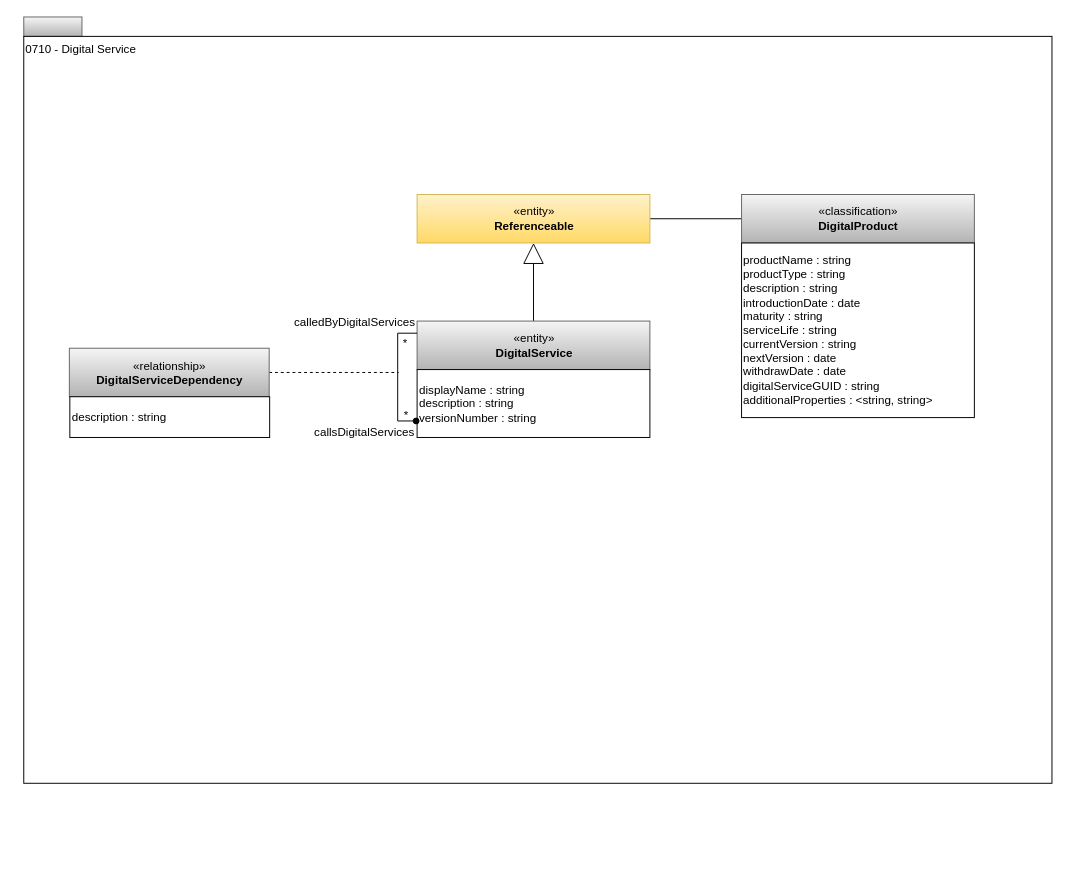
This is page "0710-Digital-Service" (2 of 14) of site/docs/types/7/area-7-lineage.drawio from odpi/egeria-docs, a draw.io file, before an edit. Source tidied: cells renumbered, new cells numbered last; positions are measured from the earlier drawing's top-left corner, leaving out a move shared by most shapes. Both pictures are drawn from the tidied source at 97%, with x=0, y=0 at pixel (23, 16).
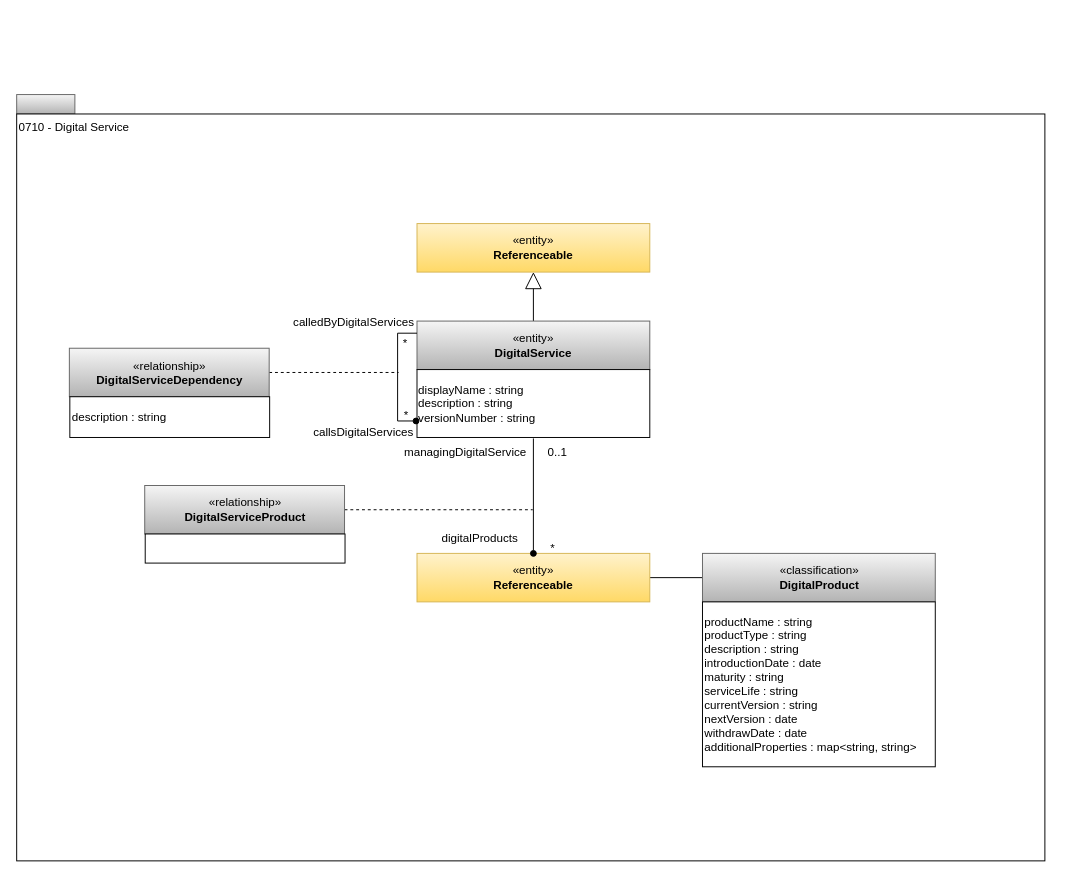
The same diagram, later.

The change refers to these unchanged cells:
```xml
<mxCell id="7" value="«relationship»&lt;br&gt;&lt;b&gt;DigitalServiceDependency&lt;/b&gt;" style="html=1;strokeColor=#666666;align=center;fillColor=#f5f5f5;gradientColor=#b3b3b3;" parent="1" vertex="1">
  <mxGeometry x="47" y="341.5" width="206" height="50" as="geometry" />
</mxCell>
```

Diff of the diagram source:
```diff
@@
     <mxCell id="2" style="rounded=0;whiteSpace=wrap;html=1;align=left;fillColor=#f5f5f5;strokeColor=#666666;gradientColor=#b3b3b3;" parent="1" vertex="1">
-      <mxGeometry width="60" height="20" as="geometry" />
+      <mxGeometry x="-7.3" y="80" width="60" height="20" as="geometry" />
     </mxCell>
     <mxCell id="3" value="0710 - Digital Service" style="rounded=0;whiteSpace=wrap;html=1;align=left;verticalAlign=top;" parent="1" vertex="1">
-      <mxGeometry y="20" width="1060" height="770" as="geometry" />
+      <mxGeometry x="-7.3" y="100" width="1060" height="770" as="geometry" />
     </mxCell>
@@
     <mxCell id="5" value="«entity»&lt;br&gt;&lt;b&gt;Referenceable&lt;/b&gt;" style="html=1;strokeColor=#d6b656;align=center;fillColor=#fff2cc;gradientColor=#ffd966;" parent="1" vertex="1">
-      <mxGeometry x="405.5" y="183" width="240" height="50" as="geometry" />
+      <mxGeometry x="405.4" y="553" width="240" height="50" as="geometry" />
     </mxCell>
     <mxCell id="6" style="edgeStyle=orthogonalEdgeStyle;rounded=0;html=1;exitX=1;exitY=0.5;dashed=1;endArrow=none;endFill=0;jettySize=auto;" parent="1" edge="1" source="7">
       <mxGeometry relative="1" as="geometry">
-        <mxPoint x="386.5" y="366.5" as="targetPoint" />
+        <mxPoint x="386.4" y="366.5" as="targetPoint" />
       </mxGeometry>
     </mxCell>
@@
-    <mxCell id="9" style="edgeStyle=orthogonalEdgeStyle;rounded=0;jettySize=auto;html=1;exitX=0.5;exitY=0;exitDx=0;exitDy=0;endArrow=block;endFill=0;endSize=19;" parent="1" edge="1" source="10" target="5">
-      <mxGeometry relative="1" as="geometry" />
-    </mxCell>
+    <mxCell id="19" style="edgeStyle=orthogonalEdgeStyle;rounded=0;jettySize=auto;html=1;exitX=0.5;exitY=0;exitDx=0;exitDy=0;endArrow=block;endFill=0;endSize=15;" parent="1" edge="1" source="10" target="21">
+      <mxGeometry relative="1" as="geometry" />
+    </mxCell>
     <mxCell id="10" value="«entity»&lt;br&gt;&lt;b&gt;DigitalService&lt;br&gt;&lt;/b&gt;" style="html=1;strokeColor=#666666;align=center;fillColor=#f5f5f5;gradientColor=#b3b3b3;" parent="1" vertex="1">
-      <mxGeometry x="405.5" y="313.5" width="240" height="50" as="geometry" />
+      <mxGeometry x="405.4" y="313.5" width="240" height="50" as="geometry" />
     </mxCell>
+    <mxCell id="20" style="edgeStyle=orthogonalEdgeStyle;rounded=0;jettySize=auto;html=1;endArrow=oval;endFill=1;endSize=6;" parent="1" edge="1" source="11" target="5">
+      <mxGeometry relative="1" as="geometry" />
+    </mxCell>
     <mxCell id="11" value="displayName : string&lt;br&gt;description : string&lt;br&gt;versionNumber : string&lt;br&gt;&lt;div style=&quot;text-align: left&quot;&gt;&lt;/div&gt;" style="rounded=0;whiteSpace=wrap;html=1;strokeColor=#000000;gradientColor=#ffffff;align=left;perimeterSpacing=1;" parent="1" vertex="1">
-      <mxGeometry x="405.5" y="363.5" width="240" height="70" as="geometry" />
+      <mxGeometry x="405.4" y="363.5" width="240" height="70" as="geometry" />
     </mxCell>
     <mxCell id="12" value="calledByDigitalServices" style="text;html=1;align=center;verticalAlign=top;spacingTop=-4;" parent="1" vertex="1">
-      <mxGeometry x="270.5" y="304.5" width="140" height="20" as="geometry" />
+      <mxGeometry x="270.4" y="304.5" width="140" height="20" as="geometry" />
     </mxCell>
     <mxCell id="13" value="*" style="text;html=1;align=center;verticalAlign=top;spacingTop=-4;" parent="1" vertex="1">
-      <mxGeometry x="385.5" y="326.5" width="15" height="14" as="geometry" />
+      <mxGeometry x="385.4" y="326.5" width="15" height="14" as="geometry" />
     </mxCell>
     <mxCell id="14" value="*" style="text;html=1;align=center;verticalAlign=top;spacingTop=-4;" parent="1" vertex="1">
-      <mxGeometry x="386.5" y="400.5" width="15" height="14" as="geometry" />
+      <mxGeometry x="386.4" y="400.5" width="15" height="14" as="geometry" />
     </mxCell>
     <mxCell id="15" value="callsDigitalServices" style="text;html=1;align=center;verticalAlign=top;spacingTop=-4;" parent="1" vertex="1">
-      <mxGeometry x="290.5" y="417.5" width="120" height="20" as="geometry" />
+      <mxGeometry x="290.4" y="417.5" width="120" height="20" as="geometry" />
     </mxCell>
@@
     <mxCell id="17" value="«classification»&lt;br&gt;&lt;b&gt;DigitalProduct&lt;br&gt;&lt;/b&gt;" style="html=1;strokeColor=#666666;align=center;fillColor=#f5f5f5;gradientColor=#b3b3b3;" parent="1" vertex="1">
-      <mxGeometry x="740" y="183" width="240" height="50" as="geometry" />
+      <mxGeometry x="699.7" y="553" width="240" height="50" as="geometry" />
     </mxCell>
-    <mxCell id="18" value="productName : string&lt;br&gt;productType : string&lt;br&gt;description : string&lt;br&gt;introductionDate : date&lt;br&gt;maturity : string&lt;br&gt;serviceLife : string&lt;br&gt;currentVersion : string&lt;br&gt;nextVersion : date&lt;br&gt;withdrawDate : date&lt;br&gt;digitalServiceGUID : string&lt;br&gt;additionalProperties : &amp;lt;string, string&amp;gt;&lt;br&gt;&lt;div style=&quot;text-align: left&quot;&gt;&lt;/div&gt;" style="rounded=0;whiteSpace=wrap;html=1;strokeColor=#000000;gradientColor=#ffffff;align=left;perimeterSpacing=1;" parent="1" vertex="1">
-      <mxGeometry x="740" y="233" width="240" height="180" as="geometry" />
+    <mxCell id="18" value="productName : string&lt;br&gt;productType : string&lt;br&gt;description : string&lt;br&gt;introductionDate : date&lt;br&gt;maturity : string&lt;br&gt;serviceLife : string&lt;br&gt;currentVersion : string&lt;br&gt;nextVersion : date&lt;br&gt;withdrawDate : date&lt;br&gt;additionalProperties : map&amp;lt;string, string&amp;gt;&lt;br&gt;&lt;div style=&quot;text-align: left&quot;&gt;&lt;/div&gt;" style="rounded=0;whiteSpace=wrap;html=1;strokeColor=#000000;gradientColor=#ffffff;align=left;perimeterSpacing=1;" parent="1" vertex="1">
+      <mxGeometry x="699.7" y="603" width="240" height="170" as="geometry" />
     </mxCell>
+    <mxCell id="21" value="«entity»&lt;br&gt;&lt;b&gt;Referenceable&lt;/b&gt;" style="html=1;strokeColor=#d6b656;align=center;fillColor=#fff2cc;gradientColor=#ffd966;" parent="1" vertex="1">
+      <mxGeometry x="405.4" y="213" width="240" height="50" as="geometry" />
+    </mxCell>
+    <mxCell id="22" value="0..1" style="text;html=1;align=center;verticalAlign=middle;strokeColor=none;fillColor=none;" parent="1" vertex="1">
+      <mxGeometry x="529.7" y="433.5" width="40" height="30" as="geometry" />
+    </mxCell>
+    <mxCell id="23" value="*" style="text;html=1;align=center;verticalAlign=middle;strokeColor=none;fillColor=none;" parent="1" vertex="1">
+      <mxGeometry x="529.7" y="533" width="30" height="30" as="geometry" />
+    </mxCell>
+    <mxCell id="24" style="edgeStyle=orthogonalEdgeStyle;rounded=0;html=1;exitX=1;exitY=0.5;dashed=1;endArrow=none;endFill=0;jettySize=auto;" parent="1" edge="1" source="25">
+      <mxGeometry relative="1" as="geometry">
+        <mxPoint x="524.7" y="508" as="targetPoint" />
+      </mxGeometry>
+    </mxCell>
+    <mxCell id="25" value="«relationship»&lt;br&gt;&lt;b&gt;DigitalServiceProduct&lt;/b&gt;" style="html=1;strokeColor=#666666;align=center;fillColor=#f5f5f5;gradientColor=#b3b3b3;" parent="1" vertex="1">
+      <mxGeometry x="124.7" y="483" width="206" height="50" as="geometry" />
+    </mxCell>
+    <mxCell id="26" style="rounded=0;whiteSpace=wrap;html=1;strokeColor=#000000;gradientColor=#ffffff;align=left;" parent="1" vertex="1">
+      <mxGeometry x="125.2" y="533" width="206" height="30" as="geometry" />
+    </mxCell>
+    <mxCell id="27" value="digitalProducts" style="text;html=1;align=center;verticalAlign=middle;strokeColor=none;fillColor=none;" parent="1" vertex="1">
+      <mxGeometry x="419.7" y="523" width="100" height="30" as="geometry" />
+    </mxCell>
+    <mxCell id="28" value="managingDigitalService" style="text;html=1;align=center;verticalAlign=middle;strokeColor=none;fillColor=none;" parent="1" vertex="1">
+      <mxGeometry x="379.7" y="433.5" width="150" height="30" as="geometry" />
+    </mxCell>
```
